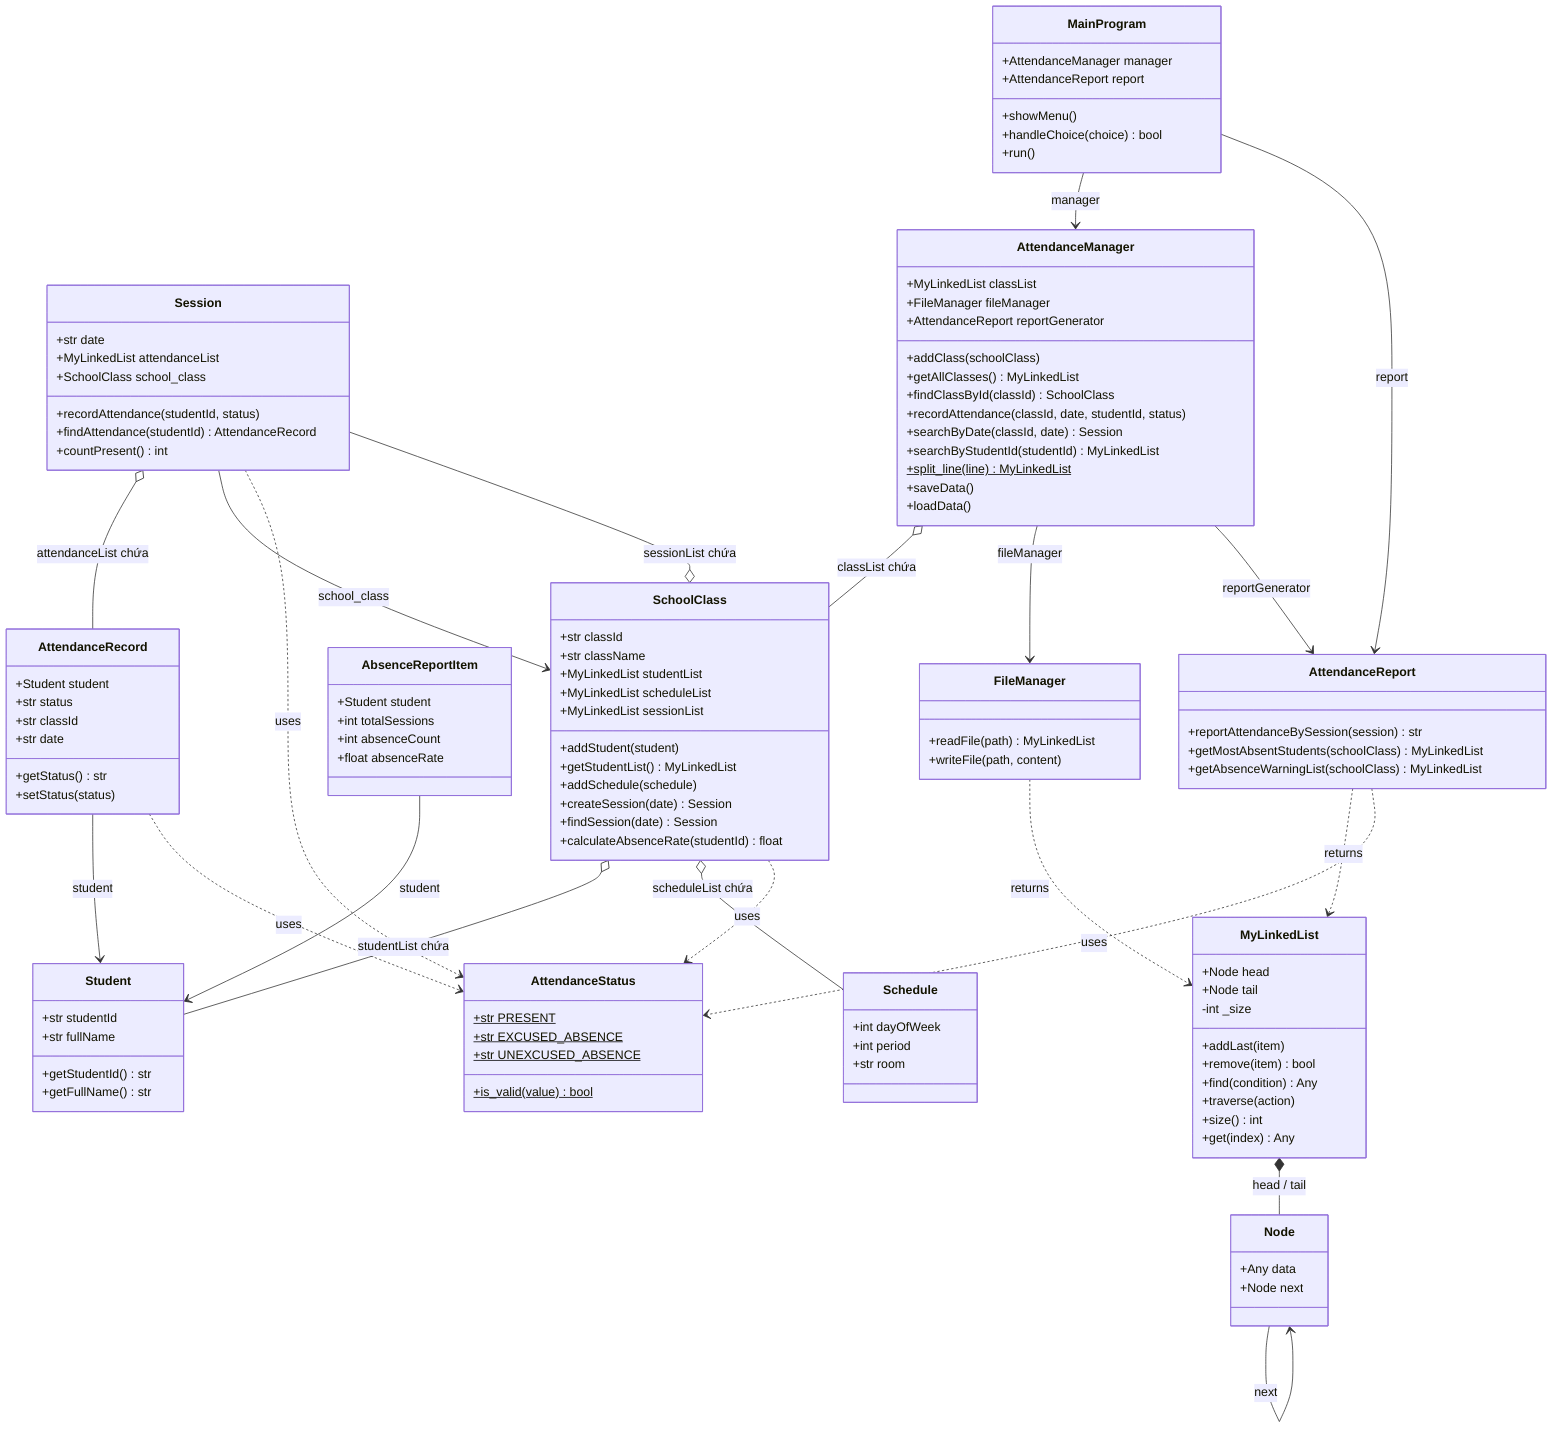
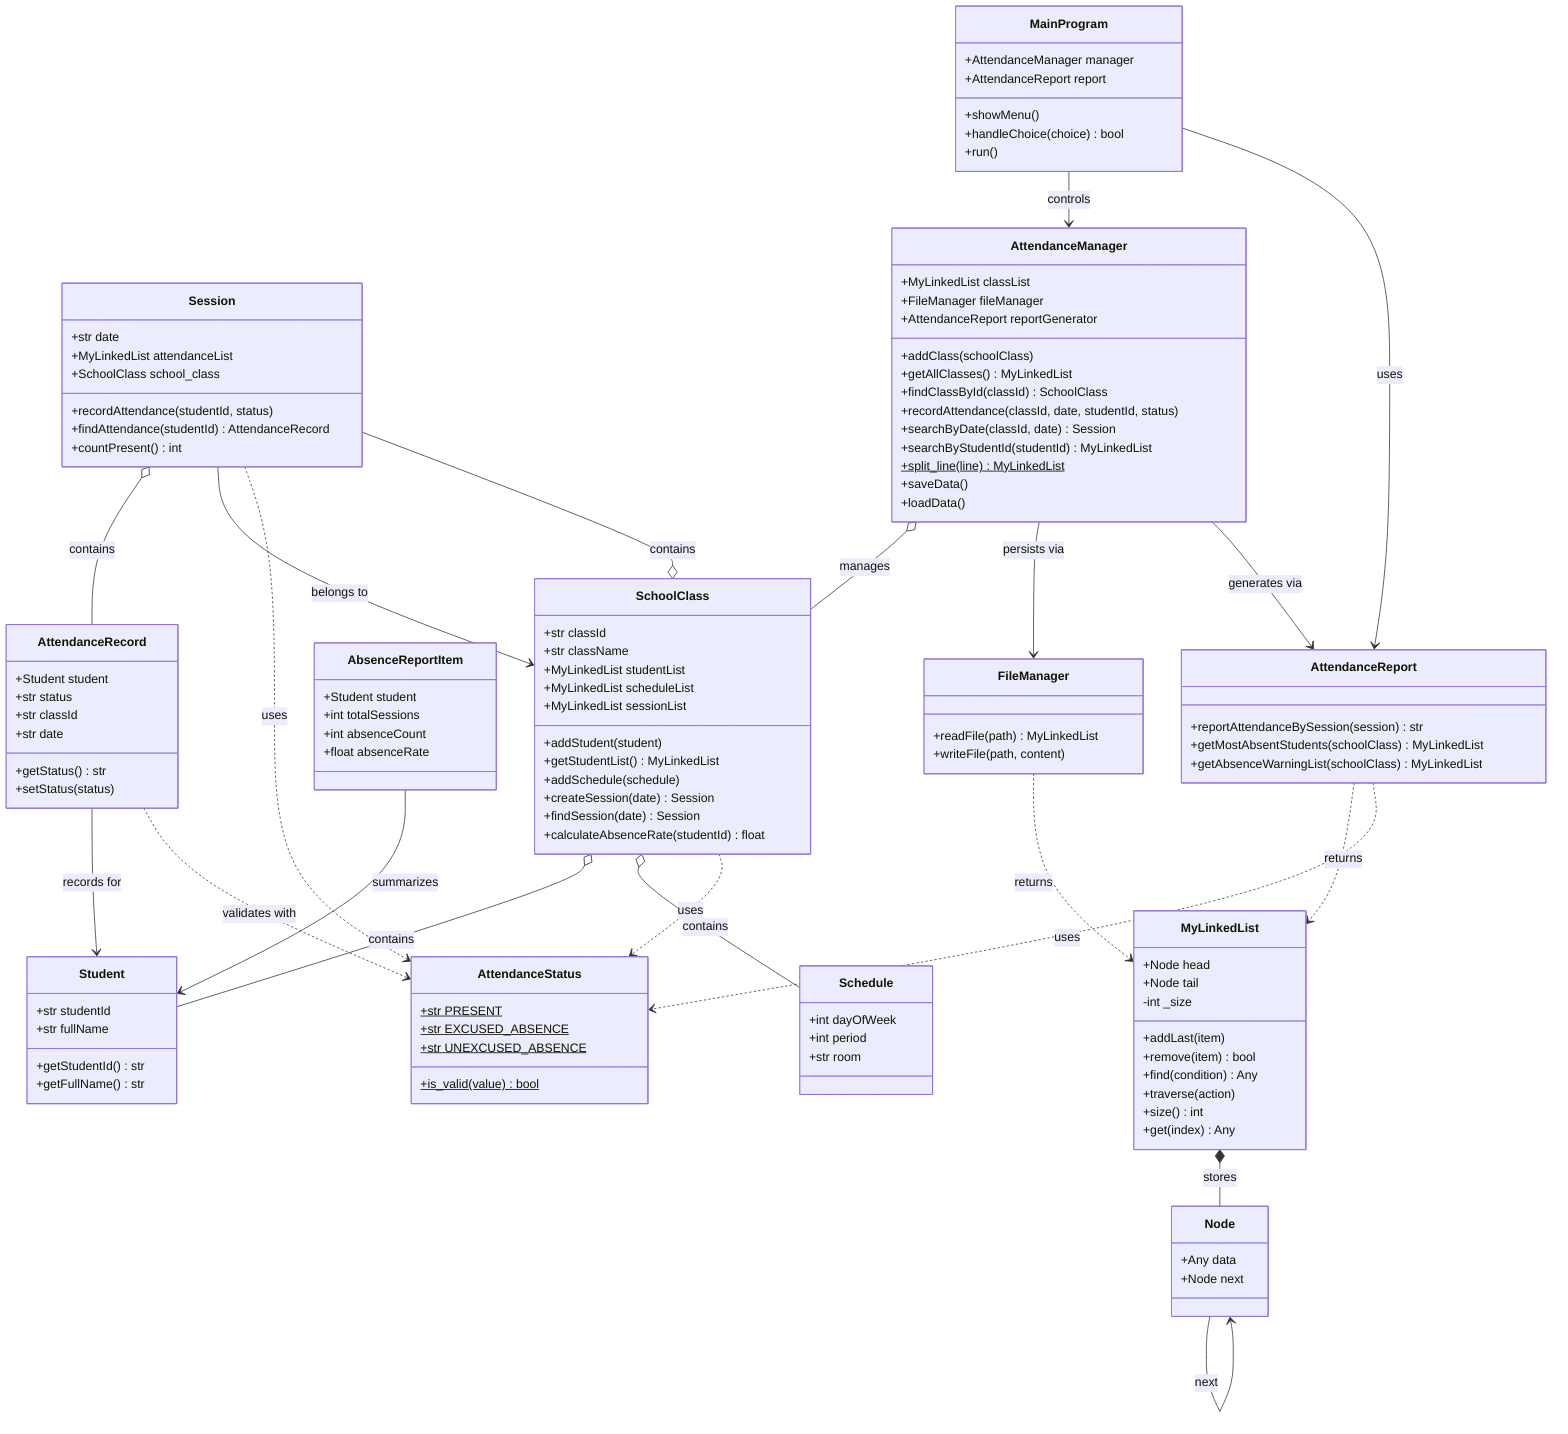
classDiagram
    class Student {
        +str studentId
        +str fullName
        +getStudentId() str
        +getFullName() str
    }

    class Schedule {
        +int dayOfWeek
        +int period
        +str room
    }

    class AttendanceStatus {
        +str PRESENT$
        +str EXCUSED_ABSENCE$
        +str UNEXCUSED_ABSENCE$
        +is_valid(value)$ bool
    }

    class Node {
        +Any data
        +Node next
    }

    class MyLinkedList {
        +Node head
        +Node tail
        -int _size
        +addLast(item)
        +remove(item) bool
        +find(condition) Any
        +traverse(action)
        +size() int
        +get(index) Any
    }

    class AttendanceRecord {
        +Student student
        +str status
        +str classId
        +str date
        +getStatus() str
        +setStatus(status)
    }

    class Session {
        +str date
        +MyLinkedList attendanceList
        +SchoolClass school_class
        +recordAttendance(studentId, status)
        +findAttendance(studentId) AttendanceRecord
        +countPresent() int
    }

    class SchoolClass {
        +str classId
        +str className
        +MyLinkedList studentList
        +MyLinkedList scheduleList
        +MyLinkedList sessionList
        +addStudent(student)
        +getStudentList() MyLinkedList
        +addSchedule(schedule)
        +createSession(date) Session
        +findSession(date) Session
        +calculateAbsenceRate(studentId) float
    }

    class AbsenceReportItem {
        +Student student
        +int totalSessions
        +int absenceCount
        +float absenceRate
    }

    class AttendanceReport {
        +reportAttendanceBySession(session) str
        +getMostAbsentStudents(schoolClass) MyLinkedList
        +getAbsenceWarningList(schoolClass) MyLinkedList
    }

    class FileManager {
        +readFile(path) MyLinkedList
        +writeFile(path, content)
    }

    class AttendanceManager {
        +MyLinkedList classList
        +FileManager fileManager
        +AttendanceReport reportGenerator
        +addClass(schoolClass)
        +getAllClasses() MyLinkedList
        +findClassById(classId) SchoolClass
        +recordAttendance(classId, date, studentId, status)
        +searchByDate(classId, date) Session
        +searchByStudentId(studentId) MyLinkedList
        +split_line(line)$ MyLinkedList
        +saveData()
        +loadData()
    }

    class MainProgram {
        +AttendanceManager manager
        +AttendanceReport report
        +showMenu()
        +handleChoice(choice) bool
        +run()
    }

-     %% ─── MyLinkedList internal ───────────────────────────────────────────
-     MyLinkedList *-- Node : head / tail
+     %% ─── MyLinkedList internal structure ────────────────────────────────
+     MyLinkedList *-- Node : stores
    Node --> Node : next

-     %% ─── Classes that hold MyLinkedList as attributes (implied by o-- below) ─
+     %% ─── Aggregation: classes that contain elements via MyLinkedList ─────
+     SchoolClass o-- Student : contains
+     SchoolClass o-- Schedule : contains
+     SchoolClass o-- Session : contains
+     Session o-- AttendanceRecord : contains
+     AttendanceManager o-- SchoolClass : manages

-     %% ─── Element types stored inside each MyLinkedList ─────────────────
-     SchoolClass o-- Student : studentList chứa
-     SchoolClass o-- Schedule : scheduleList chứa
-     SchoolClass o-- Session : sessionList chứa
-     Session o-- AttendanceRecord : attendanceList chứa
-     AttendanceManager o-- SchoolClass : classList chứa
- 
-     %% ─── Classes that only return MyLinkedList (no stored attribute) ─────
+     %% ─── Dependency: classes that return MyLinkedList from methods ───────
    FileManager ..> MyLinkedList : returns
    AttendanceReport ..> MyLinkedList : returns

-     %% ─── Object references stored as attributes ─────────────────────────
-     Session --> SchoolClass : school_class
-     AttendanceRecord --> Student : student
-     AbsenceReportItem --> Student : student
-     AttendanceManager --> FileManager : fileManager
-     AttendanceManager --> AttendanceReport : reportGenerator
-     MainProgram --> AttendanceManager : manager
-     MainProgram --> AttendanceReport : report
+     %% ─── Association: direct object references stored as attributes ──────
+     Session --> SchoolClass : belongs to
+     AttendanceRecord --> Student : records for
+     AbsenceReportItem --> Student : summarizes
+     AttendanceManager --> FileManager : persists via
+     AttendanceManager --> AttendanceReport : generates via
+     MainProgram --> AttendanceManager : controls
+     MainProgram --> AttendanceReport : uses

-     %% ─── AttendanceStatus usage (dùng trong method, không lưu attribute) ─
-     AttendanceRecord ..> AttendanceStatus : uses
+     %% ─── Dependency: uses AttendanceStatus in method logic ───────────────
+     AttendanceRecord ..> AttendanceStatus : validates with
    Session ..> AttendanceStatus : uses
    SchoolClass ..> AttendanceStatus : uses
    AttendanceReport ..> AttendanceStatus : uses
